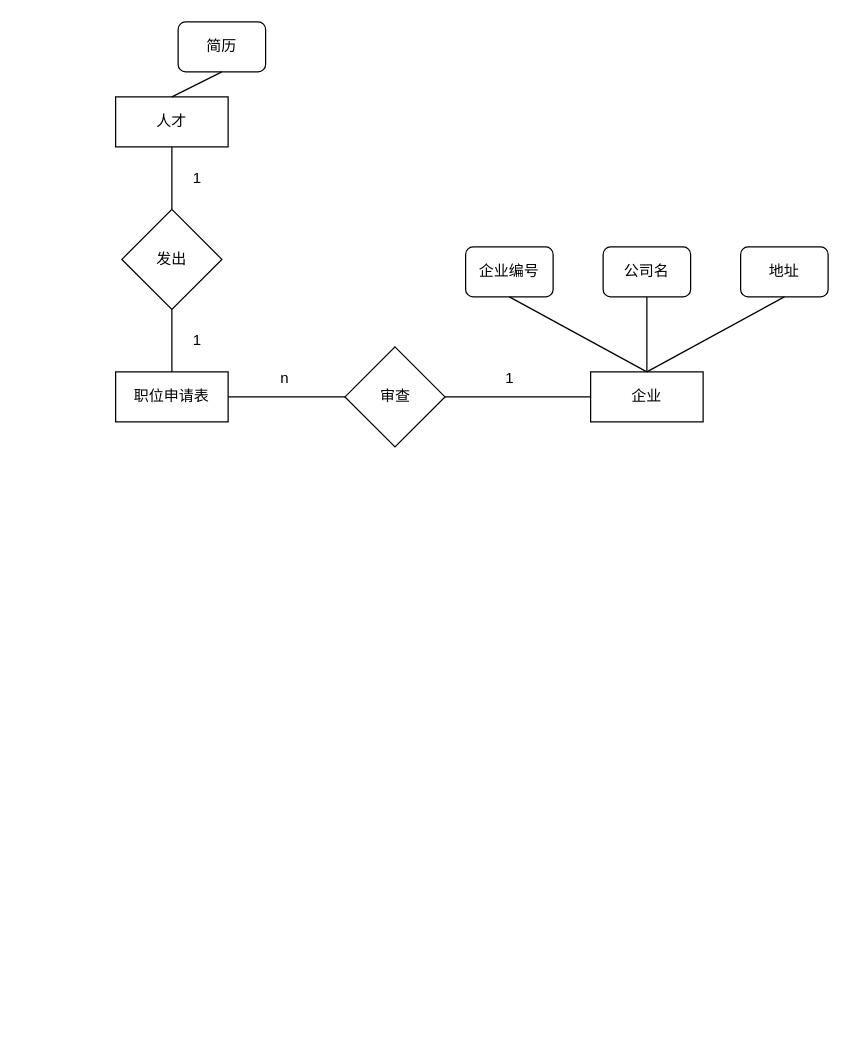
Above: page "第 6 页" (6 of 10) of 未命名绘图.drawio in SET025187/EXERCISE001 (draw.io), before the change. Source tidied: cells renumbered, new cells numbered last; positions are measured from the earlier drawing's top-left corner, leaving out a move shared by most shapes. Both pictures are drawn from the tidied source at 125%, with x=0, y=0 at pixel (115, 21).
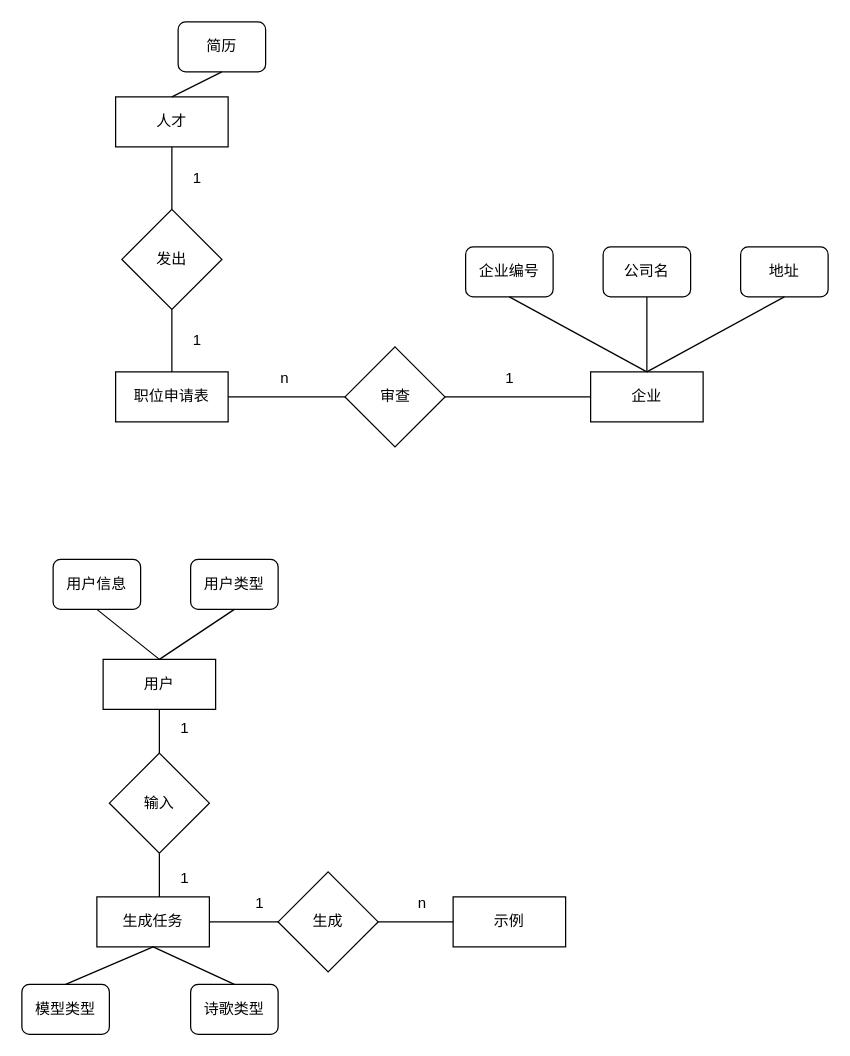
The same diagram, later.

Change to the diagram source:
```diff
@@
+    <mxCell id="23" style="endArrow=none;html=1;rounded=0;exitX=0.5;exitY=0;exitDx=0;exitDy=0;entryX=0.5;entryY=1;entryDx=0;entryDy=0;" parent="1" edge="1" source="27" target="25">
+      <mxGeometry relative="1" as="geometry" />
+    </mxCell>
+    <mxCell id="24" style="endArrow=none;html=1;rounded=0;entryX=0.5;entryY=1;entryDx=0;entryDy=0;" parent="1" edge="1" target="27">
+      <mxGeometry relative="1" as="geometry">
+        <mxPoint x="35" y="700" as="sourcePoint" />
+      </mxGeometry>
+    </mxCell>
+    <mxCell id="25" value="用户" style="rounded=0;whiteSpace=wrap;html=1;" parent="1" vertex="1">
+      <mxGeometry x="-10" y="510" width="90" height="40" as="geometry" />
+    </mxCell>
+    <mxCell id="26" value="生成任务" style="rounded=0;whiteSpace=wrap;html=1;" parent="1" vertex="1">
+      <mxGeometry x="-15" y="700" width="90" height="40" as="geometry" />
+    </mxCell>
+    <mxCell id="27" value="输入" style="rhombus;whiteSpace=wrap;html=1;" parent="1" vertex="1">
+      <mxGeometry x="-5" y="585" width="80" height="80" as="geometry" />
+    </mxCell>
+    <mxCell id="28" value="1" style="text;html=1;align=center;verticalAlign=middle;strokeColor=none;fillColor=none;" parent="1" vertex="1">
+      <mxGeometry x="40" y="550" width="30" height="30" as="geometry" />
+    </mxCell>
+    <mxCell id="29" value="1" style="text;html=1;align=center;verticalAlign=middle;strokeColor=none;fillColor=none;" parent="1" vertex="1">
+      <mxGeometry x="40" y="670" width="30" height="30" as="geometry" />
+    </mxCell>
+    <mxCell id="30" value="示例" style="rounded=0;whiteSpace=wrap;html=1;" parent="1" vertex="1">
+      <mxGeometry x="270" y="700" width="90" height="40" as="geometry" />
+    </mxCell>
+    <mxCell id="31" style="endArrow=none;html=1;rounded=0;entryX=0;entryY=0.5;entryDx=0;entryDy=0;exitX=1;exitY=0.5;exitDx=0;exitDy=0;" parent="1" edge="1" source="32" target="30">
+      <mxGeometry relative="1" as="geometry" />
+    </mxCell>
+    <mxCell id="32" value="生成" style="rhombus;whiteSpace=wrap;html=1;" parent="1" vertex="1">
+      <mxGeometry x="130" y="680" width="80" height="80" as="geometry" />
+    </mxCell>
+    <mxCell id="33" value="n" style="text;html=1;align=center;verticalAlign=middle;strokeColor=none;fillColor=none;" parent="1" vertex="1">
+      <mxGeometry x="230" y="690" width="30" height="30" as="geometry" />
+    </mxCell>
+    <mxCell id="34" value="1" style="text;html=1;align=center;verticalAlign=middle;strokeColor=none;fillColor=none;" parent="1" vertex="1">
+      <mxGeometry x="100" y="690" width="30" height="30" as="geometry" />
+    </mxCell>
+    <mxCell id="35" style="endArrow=none;html=1;rounded=0;exitX=0;exitY=0.5;exitDx=0;exitDy=0;entryX=1;entryY=0.5;entryDx=0;entryDy=0;" parent="1" edge="1" source="32" target="26">
+      <mxGeometry relative="1" as="geometry" />
+    </mxCell>
+    <mxCell id="36" value="用户信息" style="rounded=1;whiteSpace=wrap;html=1;" parent="1" vertex="1">
+      <mxGeometry x="-50" y="430" width="70" height="40" as="geometry" />
+    </mxCell>
+    <mxCell id="37" value="用户类型" style="rounded=1;whiteSpace=wrap;html=1;" parent="1" vertex="1">
+      <mxGeometry x="60" y="430" width="70" height="40" as="geometry" />
+    </mxCell>
+    <mxCell id="38" style="endArrow=none;html=1;rounded=0;exitX=0.5;exitY=0;exitDx=0;exitDy=0;entryX=0.5;entryY=1;entryDx=0;entryDy=0;" parent="1" edge="1" source="25" target="37">
+      <mxGeometry relative="1" as="geometry" />
+    </mxCell>
+    <mxCell id="39" style="endArrow=none;html=1;rounded=0;exitX=0.5;exitY=0;exitDx=0;exitDy=0;entryX=0.5;entryY=1;entryDx=0;entryDy=0;" parent="1" edge="1" source="25" target="36">
+      <mxGeometry relative="1" as="geometry" />
+    </mxCell>
+    <mxCell id="40" value="诗歌类型" style="rounded=1;whiteSpace=wrap;html=1;" parent="1" vertex="1">
+      <mxGeometry x="60" y="770" width="70" height="40" as="geometry" />
+    </mxCell>
+    <mxCell id="41" value="模型类型" style="rounded=1;whiteSpace=wrap;html=1;" parent="1" vertex="1">
+      <mxGeometry x="-75" y="770" width="70" height="40" as="geometry" />
+    </mxCell>
+    <mxCell id="42" style="endArrow=none;html=1;rounded=0;entryX=0.5;entryY=1;entryDx=0;entryDy=0;exitX=0.5;exitY=0;exitDx=0;exitDy=0;" parent="1" edge="1" source="41" target="26">
+      <mxGeometry relative="1" as="geometry" />
+    </mxCell>
+    <mxCell id="43" style="endArrow=none;html=1;rounded=0;entryX=0.5;entryY=1;entryDx=0;entryDy=0;exitX=0.5;exitY=0;exitDx=0;exitDy=0;" parent="1" edge="1" source="40" target="26">
+      <mxGeometry relative="1" as="geometry" />
+    </mxCell>
```
